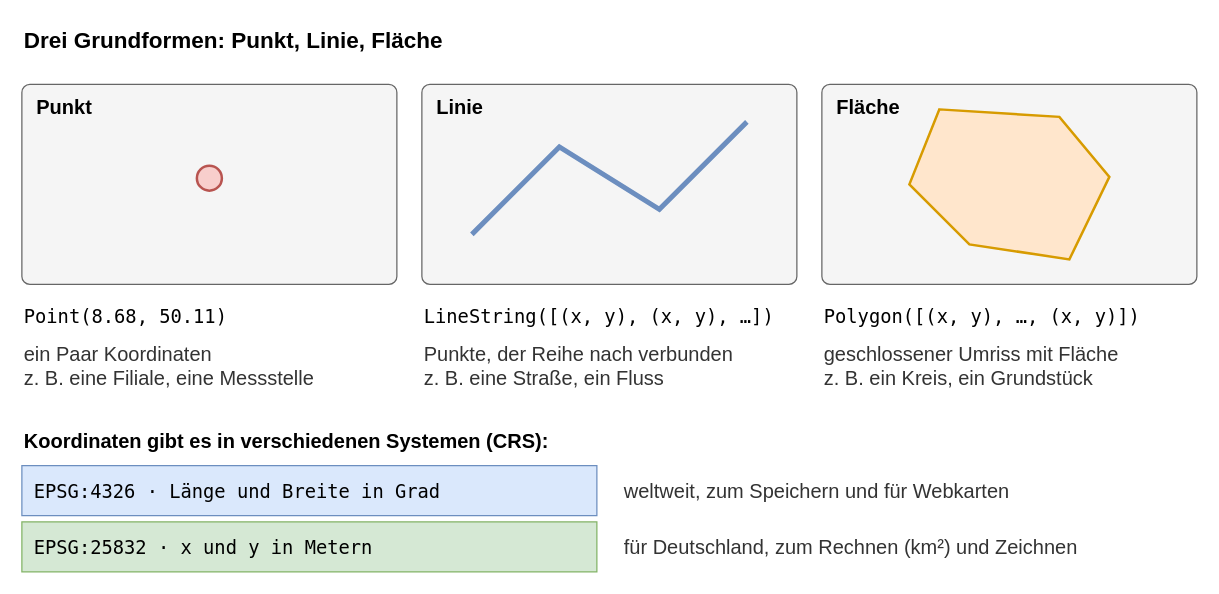
Above: assets/17_geometrien.drawio in Aydinbas-IT-Consulting-Training/gfu-python-einsteiger (draw.io), before the change. Source tidied: cells renumbered, new cells numbered last; positions are measured from the earlier drawing's top-left corner, leaving out a move shared by most shapes. Both pictures are drawn from the tidied source at 125%, with x=0, y=0 at pixel (21, 21).
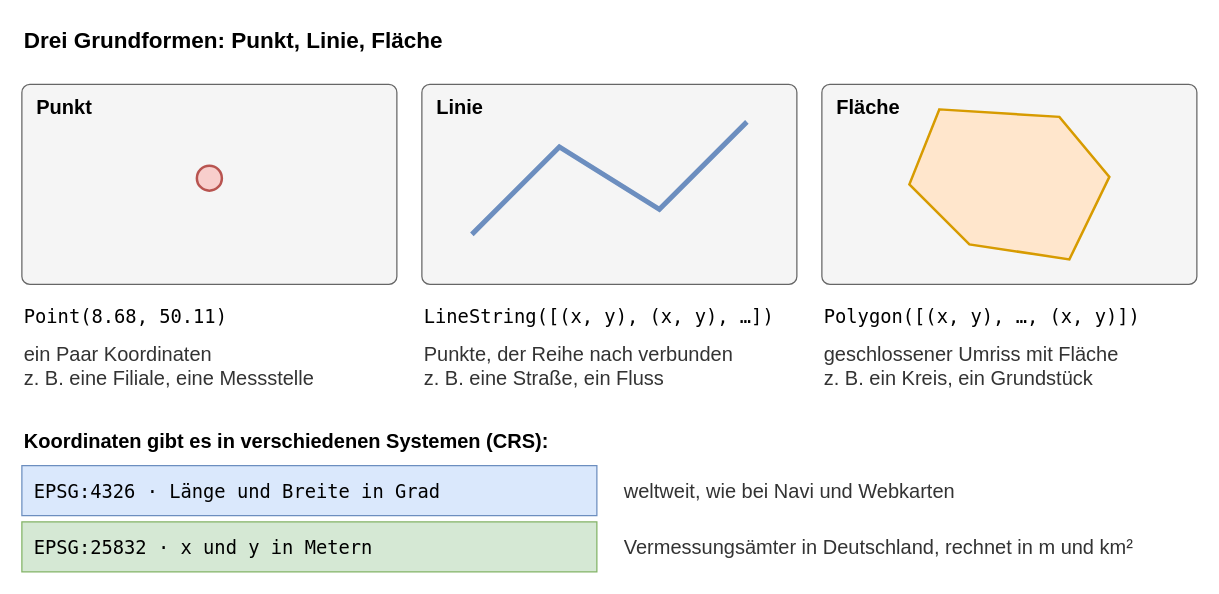
After the change.

The edit, as a diff of the source:
```diff
@@
-    <mxCell id="20" value="weltweit, zum Speichern und für Webkarten" style="text;html=1;align=left;verticalAlign=middle;fontSize=16;fontFamily=Helvetica;fontColor=#333333;" parent="1" vertex="1">
+    <mxCell id="20" value="weltweit, wie bei Navi und Webkarten" style="text;html=1;align=left;verticalAlign=middle;fontSize=16;fontFamily=Helvetica;fontColor=#333333;" parent="1" vertex="1">
       <mxGeometry x="480" y="355" width="460" height="40" as="geometry" />
     </mxCell>
@@
-    <mxCell id="22" value="für Deutschland, zum Rechnen (km²) und Zeichnen" style="text;html=1;align=left;verticalAlign=middle;fontSize=16;fontFamily=Helvetica;fontColor=#333333;" parent="1" vertex="1">
+    <mxCell id="22" value="Vermessungsämter in Deutschland, rechnet in m und km²" style="text;html=1;align=left;verticalAlign=middle;fontSize=16;fontFamily=Helvetica;fontColor=#333333;" parent="1" vertex="1">
       <mxGeometry x="480" y="400" width="460" height="40" as="geometry" />
     </mxCell>
```
